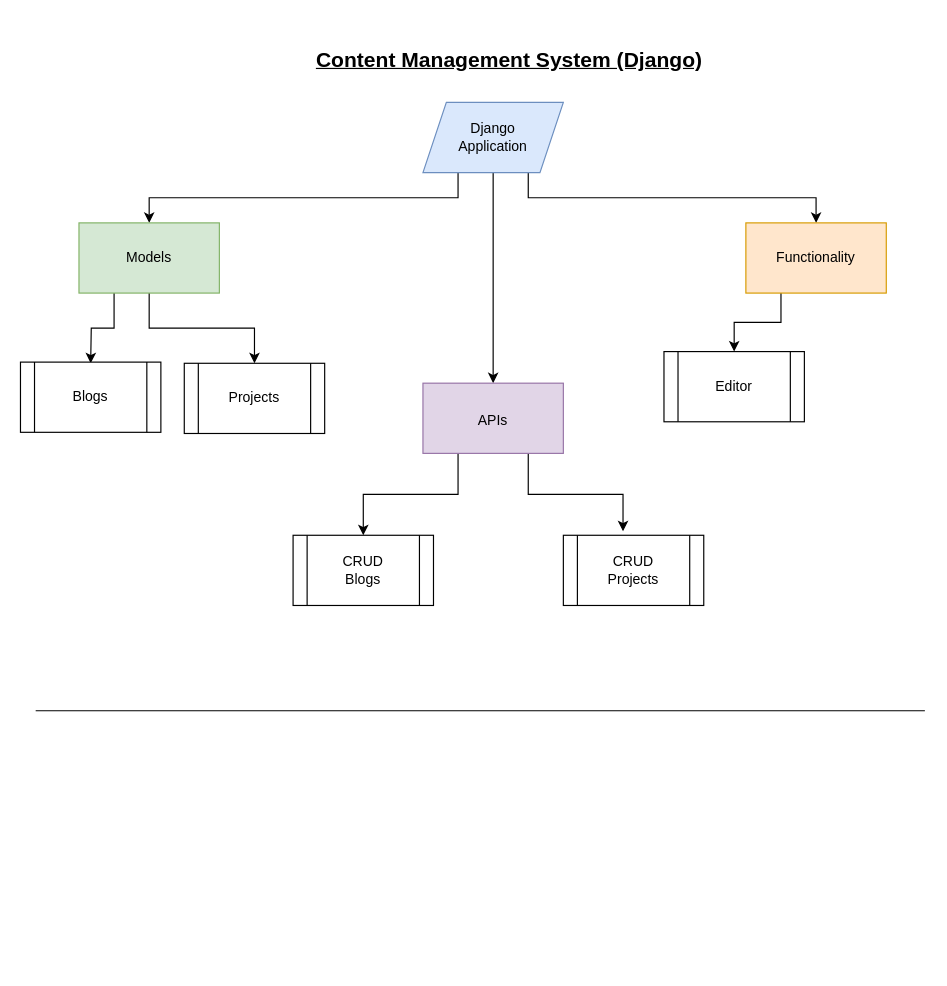
This is Untitled Diagram.drawio from Sukhvsin2/CMS-Layout, a draw.io file, before an edit. Source tidied: cells renumbered, new cells numbered last; positions are measured from the earlier drawing's top-left corner, leaving out a move shared by most shapes. Both pictures are drawn from the tidied source at 117%, with x=0, y=0 at pixel (20, 20).
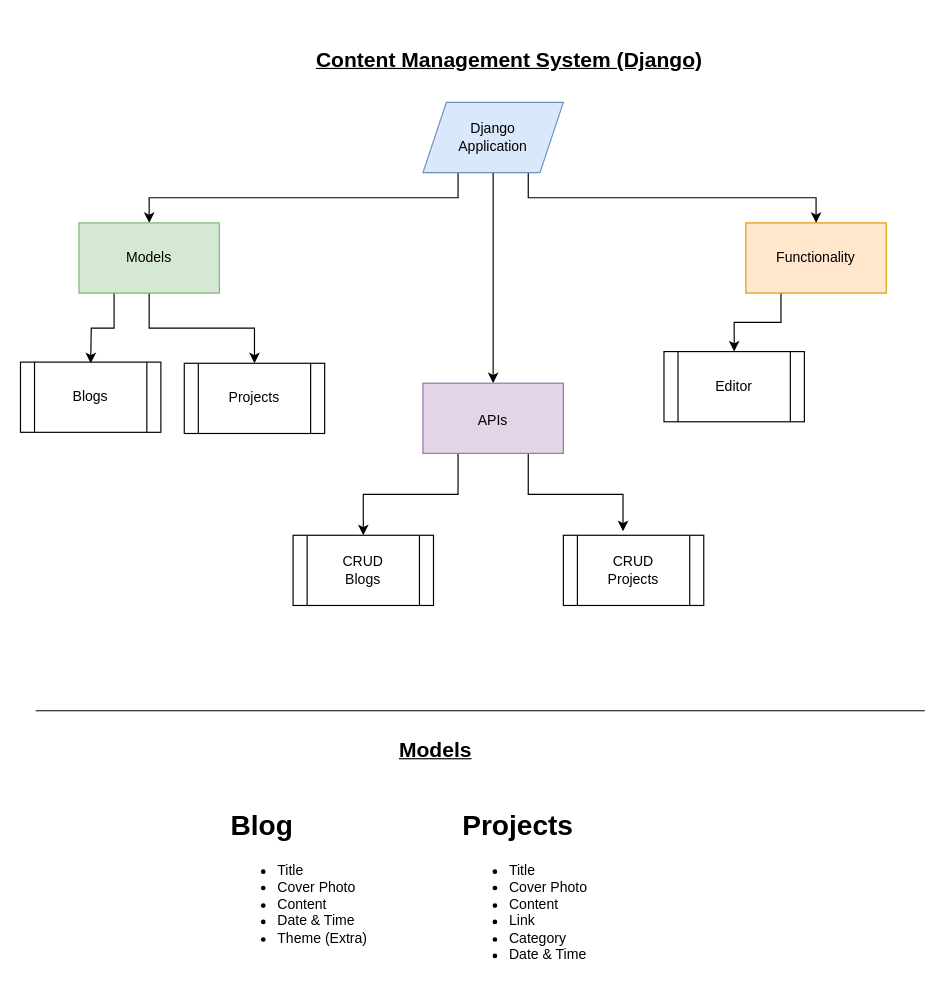
After the change.

Diff of the diagram source:
```diff
@@
+    <mxCell id="21" value="&lt;h1&gt;Blog&lt;/h1&gt;&lt;p&gt;&lt;/p&gt;&lt;ul&gt;&lt;li&gt;Title&lt;/li&gt;&lt;li&gt;Cover Photo&lt;/li&gt;&lt;li&gt;Content&lt;/li&gt;&lt;li&gt;Date &amp;amp; Time&lt;/li&gt;&lt;li&gt;Theme (Extra)&lt;/li&gt;&lt;/ul&gt;&lt;p&gt;&lt;/p&gt;" style="text;html=1;strokeColor=none;fillColor=none;spacing=5;spacingTop=-20;whiteSpace=wrap;overflow=hidden;rounded=0;fontSize=12;" parent="1" vertex="1">
+      <mxGeometry x="175" y="669" width="199" height="140" as="geometry" />
+    </mxCell>
+    <mxCell id="22" value="&lt;h1&gt;Projects&lt;/h1&gt;&lt;p&gt;&lt;/p&gt;&lt;ul&gt;&lt;li&gt;Title&lt;/li&gt;&lt;li&gt;Cover Photo&lt;/li&gt;&lt;li&gt;Content&lt;br&gt;&lt;/li&gt;&lt;li&gt;Link&lt;/li&gt;&lt;li&gt;Category&lt;/li&gt;&lt;li&gt;Date &amp;amp; Time&lt;/li&gt;&lt;/ul&gt;&lt;p&gt;&lt;/p&gt;" style="text;html=1;strokeColor=none;fillColor=none;spacing=5;spacingTop=-20;whiteSpace=wrap;overflow=hidden;rounded=0;fontSize=12;" parent="1" vertex="1">
+      <mxGeometry x="373" y="669" width="199" height="140" as="geometry" />
+    </mxCell>
+    <mxCell id="23" value="&lt;p style=&quot;line-height: 100%;&quot;&gt;&lt;font size=&quot;1&quot; style=&quot;&quot;&gt;&lt;b style=&quot;&quot;&gt;&lt;u style=&quot;font-size: 18px;&quot;&gt;Models&lt;/u&gt;&lt;/b&gt;&lt;/font&gt;&lt;/p&gt;" style="text;html=1;strokeColor=none;fillColor=none;align=center;verticalAlign=middle;whiteSpace=wrap;rounded=0;" parent="1" vertex="1">
+      <mxGeometry x="160" y="590" width="390" height="70" as="geometry" />
+    </mxCell>
```
